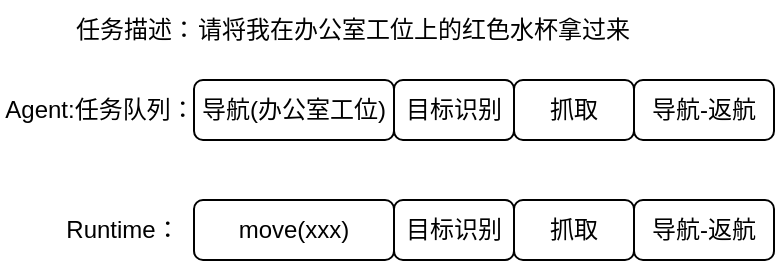
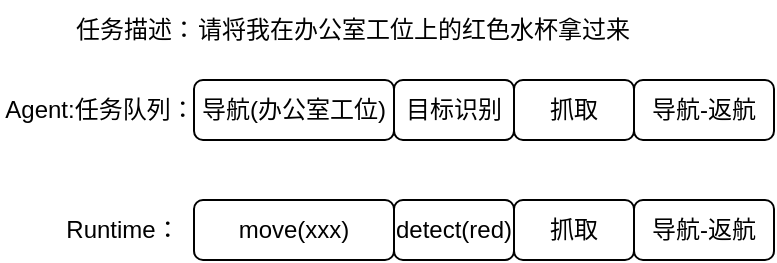
<mxfile host="app.diagrams.net">
  <diagram name="第 1 页" id="AqDmRzZVIJ-5uyctXJOA">
    <mxGraphModel dx="656" dy="360" grid="1" gridSize="10" guides="1" tooltips="1" connect="1" arrows="1" fold="1" page="1" pageScale="1" pageWidth="2339" pageHeight="3300" math="0" shadow="0">
      <root>
        <mxCell id="0" />
        <mxCell id="1" parent="0" />
        <mxCell id="TX6EBbOIm9mCNyf-wsjQ-1" parent="1" style="rounded=1;whiteSpace=wrap;html=1;" value="导航(办公室工位)" vertex="1">
          <mxGeometry height="30" width="100" x="120" y="370" as="geometry" />
        </mxCell>
        <mxCell id="TX6EBbOIm9mCNyf-wsjQ-2" parent="1" style="text;html=1;whiteSpace=wrap;strokeColor=none;fillColor=none;align=center;verticalAlign=middle;rounded=0;" value="Agent:任务队列：" vertex="1">
          <mxGeometry height="30" width="100" x="23" y="370" as="geometry" />
        </mxCell>
        <mxCell id="TX6EBbOIm9mCNyf-wsjQ-3" parent="1" style="text;html=1;whiteSpace=wrap;strokeColor=none;fillColor=none;align=center;verticalAlign=middle;rounded=0;" value="任务描述：" vertex="1">
          <mxGeometry height="30" width="70" x="56" y="330" as="geometry" />
        </mxCell>
        <mxCell id="TX6EBbOIm9mCNyf-wsjQ-4" parent="1" style="text;html=1;whiteSpace=wrap;strokeColor=none;fillColor=none;align=center;verticalAlign=middle;rounded=0;" value="请将我在办公室工位上的红色水杯拿过来" vertex="1">
          <mxGeometry height="30" width="220" x="120" y="330" as="geometry" />
        </mxCell>
        <mxCell id="TX6EBbOIm9mCNyf-wsjQ-5" parent="1" style="rounded=1;whiteSpace=wrap;html=1;" value="目标识别" vertex="1">
          <mxGeometry height="30" width="60" x="220" y="370" as="geometry" />
        </mxCell>
        <mxCell id="TX6EBbOIm9mCNyf-wsjQ-6" parent="1" style="rounded=1;whiteSpace=wrap;html=1;" value="抓取" vertex="1">
          <mxGeometry height="30" width="60" x="280" y="370" as="geometry" />
        </mxCell>
        <mxCell id="TX6EBbOIm9mCNyf-wsjQ-7" parent="1" style="rounded=1;whiteSpace=wrap;html=1;" value="导航-返航" vertex="1">
          <mxGeometry height="30" width="70" x="340" y="370" as="geometry" />
        </mxCell>
        <mxCell id="TX6EBbOIm9mCNyf-wsjQ-8" parent="1" style="text;html=1;whiteSpace=wrap;strokeColor=none;fillColor=none;align=center;verticalAlign=middle;rounded=0;" value="Runtime：" vertex="1">
          <mxGeometry height="30" width="57" x="56" y="430" as="geometry" />
        </mxCell>
        <mxCell id="TX6EBbOIm9mCNyf-wsjQ-11" parent="1" style="rounded=1;whiteSpace=wrap;html=1;" value="move(xxx)" vertex="1">
          <mxGeometry height="30" width="100" x="120" y="430" as="geometry" />
        </mxCell>
-         <mxCell id="TX6EBbOIm9mCNyf-wsjQ-12" parent="1" style="rounded=1;whiteSpace=wrap;html=1;" value="目标识别" vertex="1">
+         <mxCell id="TX6EBbOIm9mCNyf-wsjQ-12" parent="1" style="rounded=1;whiteSpace=wrap;html=1;" value="detect(red)" vertex="1">
          <mxGeometry height="30" width="60" x="220" y="430" as="geometry" />
        </mxCell>
        <mxCell id="TX6EBbOIm9mCNyf-wsjQ-13" parent="1" style="rounded=1;whiteSpace=wrap;html=1;" value="抓取" vertex="1">
          <mxGeometry height="30" width="60" x="280" y="430" as="geometry" />
        </mxCell>
        <mxCell id="TX6EBbOIm9mCNyf-wsjQ-14" parent="1" style="rounded=1;whiteSpace=wrap;html=1;" value="导航-返航" vertex="1">
          <mxGeometry height="30" width="70" x="340" y="430" as="geometry" />
        </mxCell>
      </root>
    </mxGraphModel>
  </diagram>
</mxfile>
